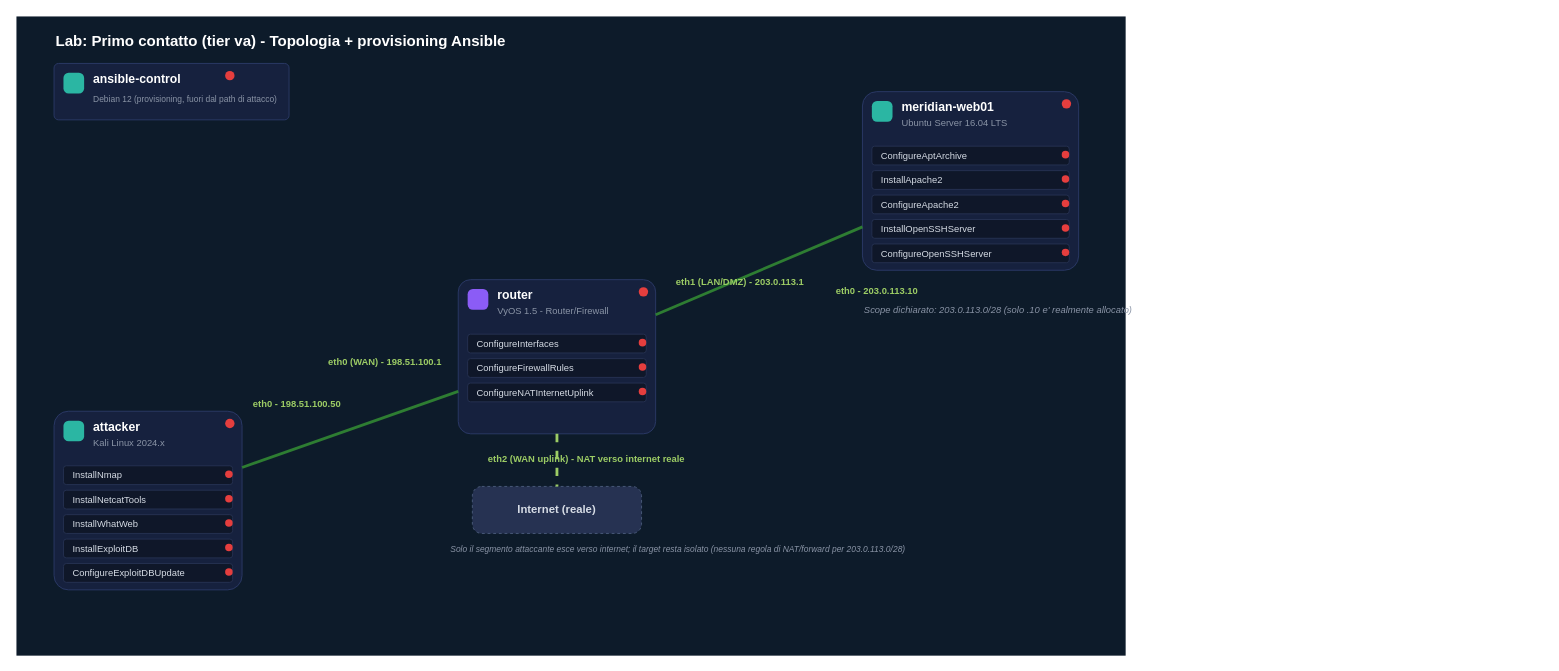
Above: docs/labs/first-contact/first-contact-topology.drawio in leoleo1010/CPPT (draw.io), before the change. Source tidied: cells renumbered, new cells numbered last; positions are measured from the earlier drawing's top-left corner, leaving out a move shared by most shapes. Both pictures are drawn from the tidied source at 94%, with x=0, y=0 at pixel (16, 16).
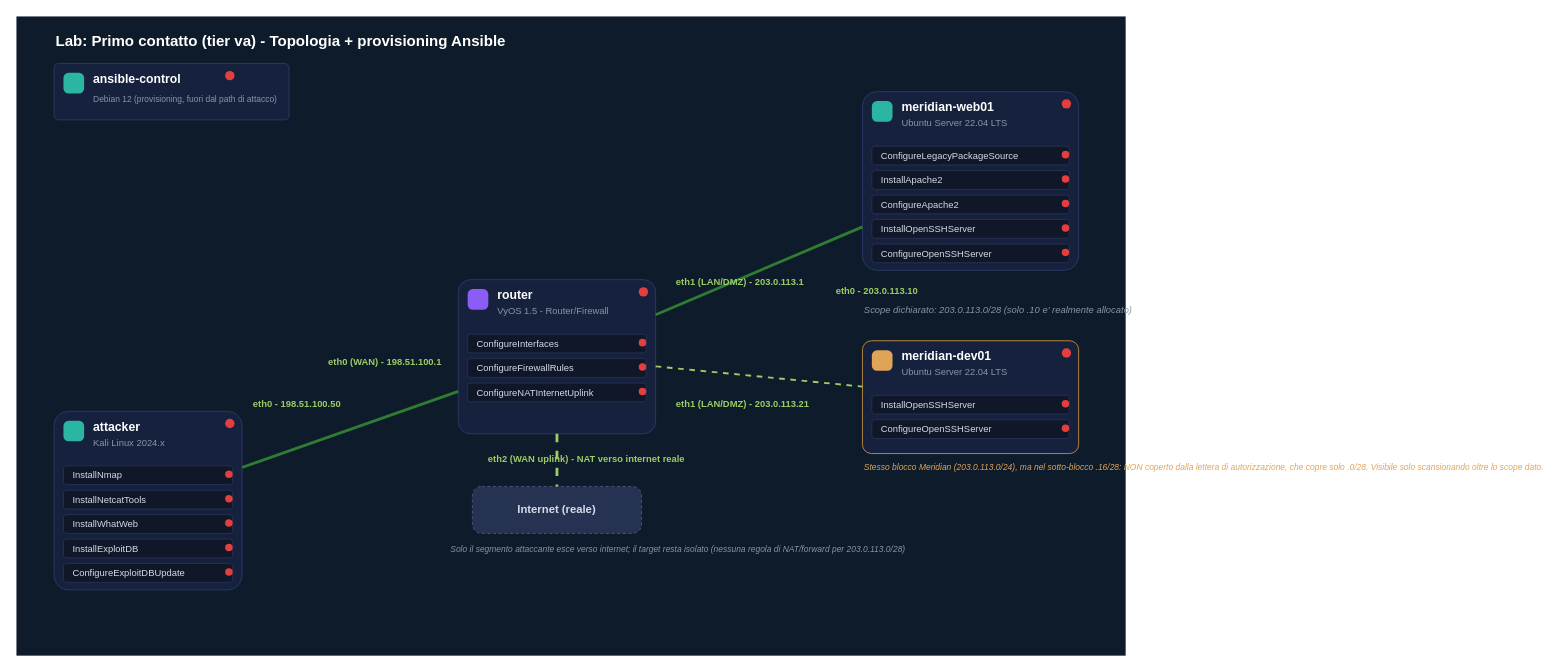
After the change.

Commit message (it also covers changes not shown here):
Add out-of-scope noise host and bump target to Ubuntu 22.04

Unchanged cells that the change refers to:
```xml
<mxCell id="24" style="rounded=1;arcSize=8;whiteSpace=wrap;html=1;fillColor=#16213E;strokeColor=#2B3A67;" parent="1" vertex="1">
  <mxGeometry x="470" y="280" width="210" height="164" as="geometry" />
</mxCell>
```

What changed in the source:
```diff
@@
-    <mxCell id="40" value="Ubuntu Server 16.04 LTS" style="text;html=1;fontSize=10;fontColor=#8A94A6;align=left;verticalAlign=middle;" parent="1" vertex="1">
+    <mxCell id="40" value="Ubuntu Server 22.04 LTS" style="text;html=1;fontSize=10;fontColor=#8A94A6;align=left;verticalAlign=middle;" parent="1" vertex="1">
       <mxGeometry x="940" y="106" width="170" height="14" as="geometry" />
     </mxCell>
-    <mxCell id="41" value="ConfigureAptArchive" style="rounded=1;arcSize=15;whiteSpace=wrap;html=1;fillColor=#0F1729;strokeColor=#263252;fontColor=#D6DCE5;fontSize=10;align=left;spacingLeft=8;" parent="1" vertex="1">
+    <mxCell id="41" value="ConfigureLegacyPackageSource" style="rounded=1;arcSize=15;whiteSpace=wrap;html=1;fillColor=#0F1729;strokeColor=#263252;fontColor=#D6DCE5;fontSize=10;align=left;spacingLeft=8;" parent="1" vertex="1">
       <mxGeometry x="910" y="138" width="210" height="20" as="geometry" />
     </mxCell>
@@
+    <mxCell id="61" style="rounded=1;arcSize=8;whiteSpace=wrap;html=1;fillColor=#16213E;strokeColor=#B98B3E;" parent="1" vertex="1">
+      <mxGeometry x="900" y="345" width="230" height="120" as="geometry" />
+    </mxCell>
+    <mxCell id="62" style="rounded=1;arcSize=25;whiteSpace=wrap;html=1;fillColor=#E0A458;strokeColor=none;" parent="1" vertex="1">
+      <mxGeometry x="910" y="355" width="22" height="22" as="geometry" />
+    </mxCell>
+    <mxCell id="63" style="ellipse;whiteSpace=wrap;html=1;fillColor=#E53E3E;strokeColor=none;" parent="1" vertex="1">
+      <mxGeometry x="1112" y="353" width="10" height="10" as="geometry" />
+    </mxCell>
+    <mxCell id="64" value="meridian-dev01" style="text;html=1;fontSize=13;fontStyle=1;fontColor=#FFFFFF;align=left;verticalAlign=middle;" parent="1" vertex="1">
+      <mxGeometry x="940" y="353" width="170" height="16" as="geometry" />
+    </mxCell>
+    <mxCell id="65" value="Ubuntu Server 22.04 LTS" style="text;html=1;fontSize=10;fontColor=#8A94A6;align=left;verticalAlign=middle;" parent="1" vertex="1">
+      <mxGeometry x="940" y="371" width="170" height="14" as="geometry" />
+    </mxCell>
+    <mxCell id="66" value="InstallOpenSSHServer" style="rounded=1;arcSize=15;whiteSpace=wrap;html=1;fillColor=#0F1729;strokeColor=#263252;fontColor=#D6DCE5;fontSize=10;align=left;spacingLeft=8;" parent="1" vertex="1">
+      <mxGeometry x="910" y="403" width="210" height="20" as="geometry" />
+    </mxCell>
+    <mxCell id="67" style="ellipse;whiteSpace=wrap;html=1;fillColor=#E53E3E;strokeColor=none;" parent="1" vertex="1">
+      <mxGeometry x="1112" y="408" width="8" height="8" as="geometry" />
+    </mxCell>
+    <mxCell id="68" value="ConfigureOpenSSHServer" style="rounded=1;arcSize=15;whiteSpace=wrap;html=1;fillColor=#0F1729;strokeColor=#263252;fontColor=#D6DCE5;fontSize=10;align=left;spacingLeft=8;" parent="1" vertex="1">
+      <mxGeometry x="910" y="429" width="210" height="20" as="geometry" />
+    </mxCell>
+    <mxCell id="69" style="ellipse;whiteSpace=wrap;html=1;fillColor=#E53E3E;strokeColor=none;" parent="1" vertex="1">
+      <mxGeometry x="1112" y="434" width="8" height="8" as="geometry" />
+    </mxCell>
+    <mxCell id="70" style="endArrow=none;html=1;strokeColor=#9CCC65;strokeWidth=2;dashed=1;" parent="1" edge="1" source="24" target="61">
+      <mxGeometry relative="1" as="geometry" />
+    </mxCell>
+    <mxCell id="71" value="eth1 (LAN/DMZ) - 203.0.113.21" style="text;html=1;fontSize=10;fontColor=#9CCC65;fontStyle=1;" parent="1" vertex="1">
+      <mxGeometry x="700" y="400" width="200" height="18" as="geometry" />
+    </mxCell>
+    <mxCell id="72" value="Stesso blocco Meridian (203.0.113.0/24), ma nel sotto-blocco .16/28: NON coperto dalla lettera di autorizzazione, che copre solo .0/28. Visibile solo scansionando oltre lo scope dato." style="text;html=1;fontSize=9;fontColor=#E0A458;fontStyle=2;" parent="1" vertex="1">
+      <mxGeometry x="900" y="468" width="230" height="40" as="geometry" />
+    </mxCell>
```
